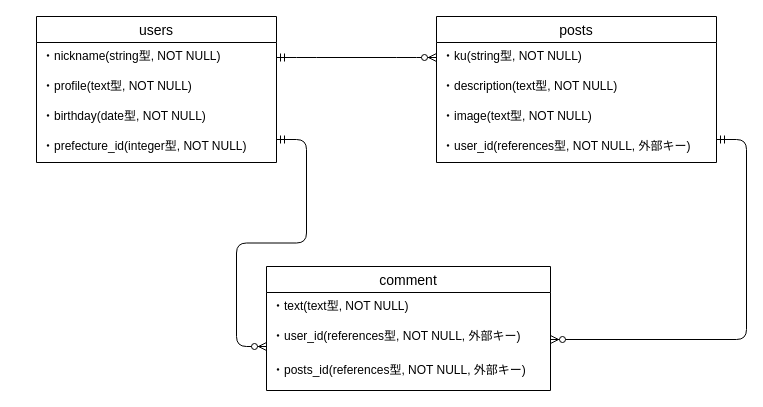
hiddy0329/haiker575 keeps this draw.io diagram as haiker575.dio. Above is the earlier version. Source tidied: cells renumbered, new cells numbered last; positions are measured from the earlier drawing's top-left corner, leaving out a move shared by most shapes. Both pictures are drawn from the tidied source at 100%, with x=0, y=0 at pixel (36, 16).
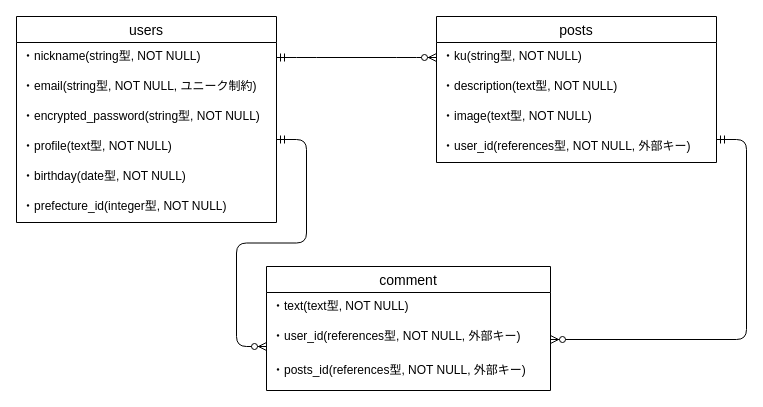
The same diagram, later.

Change to the diagram source:
```diff
@@
     <mxCell id="2" value="users" style="swimlane;fontStyle=0;horizontal=1;startSize=26;align=center;fontSize=14;" parent="1" vertex="1">
-      <mxGeometry width="240" height="146" as="geometry" />
+      <mxGeometry x="-20" width="260" height="206" as="geometry" />
     </mxCell>
     <mxCell id="3" value="・nickname(string型, NOT NULL)" style="text;strokeColor=none;fillColor=none;spacingLeft=4;spacingRight=4;overflow=hidden;points=[[0,0.5],[1,0.5]];portConstraint=eastwest;fontSize=12;" parent="2" vertex="1">
-      <mxGeometry y="26" width="240" height="30" as="geometry" />
+      <mxGeometry y="26" width="260" height="30" as="geometry" />
     </mxCell>
-    <mxCell id="4" value="・profile(text型, NOT NULL)" style="text;strokeColor=none;fillColor=none;spacingLeft=4;spacingRight=4;overflow=hidden;fontSize=12;" parent="2" vertex="1">
-      <mxGeometry y="56" width="240" height="30" as="geometry" />
+    <mxCell id="4" value="・email(string型, NOT NULL, ユニーク制約)" style="text;strokeColor=none;fillColor=none;spacingLeft=4;spacingRight=4;overflow=hidden;fontSize=12;" parent="2" vertex="1">
+      <mxGeometry y="56" width="260" height="30" as="geometry" />
     </mxCell>
+    <mxCell id="19" value="・encrypted_password(string型, NOT NULL)" style="text;strokeColor=none;fillColor=none;spacingLeft=4;spacingRight=4;overflow=hidden;fontSize=12;" parent="2" vertex="1">
+      <mxGeometry y="86" width="260" height="30" as="geometry" />
+    </mxCell>
+    <mxCell id="20" value="・profile(text型, NOT NULL)" style="text;strokeColor=none;fillColor=none;spacingLeft=4;spacingRight=4;overflow=hidden;fontSize=12;" parent="2" vertex="1">
+      <mxGeometry y="116" width="260" height="30" as="geometry" />
+    </mxCell>
     <mxCell id="5" value="・birthday(date型, NOT NULL)" style="text;strokeColor=none;fillColor=none;spacingLeft=4;spacingRight=4;overflow=hidden;fontSize=12;" parent="2" vertex="1">
-      <mxGeometry y="86" width="240" height="30" as="geometry" />
+      <mxGeometry y="146" width="260" height="30" as="geometry" />
     </mxCell>
     <mxCell id="6" value="・prefecture_id(integer型, NOT NULL)" style="text;strokeColor=none;fillColor=none;spacingLeft=4;spacingRight=4;overflow=hidden;fontSize=12;" parent="2" vertex="1">
-      <mxGeometry y="116" width="240" height="30" as="geometry" />
+      <mxGeometry y="176" width="260" height="30" as="geometry" />
     </mxCell>
```
